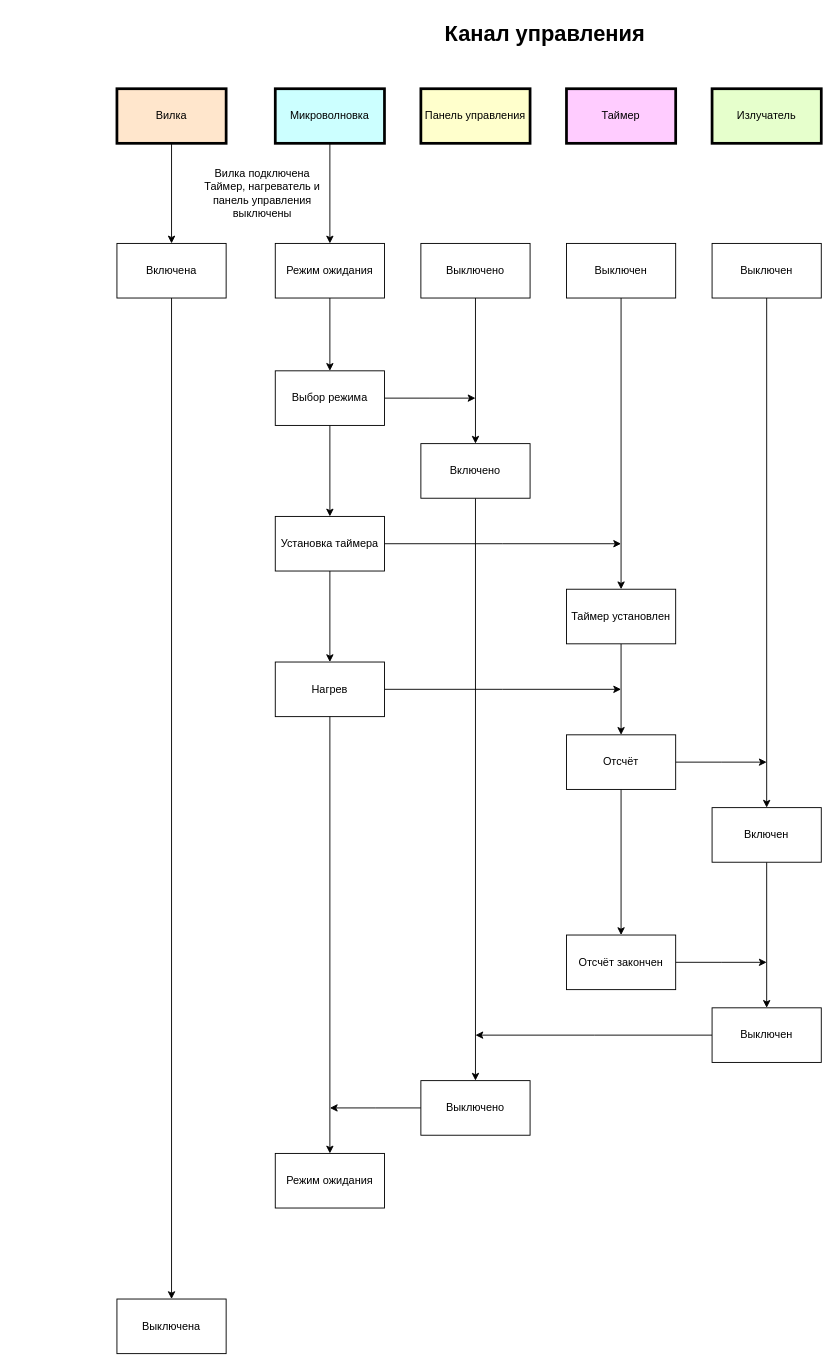
Above: page "Канал управления" (4 of 5) of lab_05/i_want_sleep.drawio in Tulenenok/BMSTU_OOP (draw.io), before the change. Source tidied: cells renumbered, new cells numbered last; positions are measured from the earlier drawing's top-left corner, leaving out a move shared by most shapes. Both pictures are drawn from the tidied source at 91%, with x=0, y=0 at pixel (116, 15).
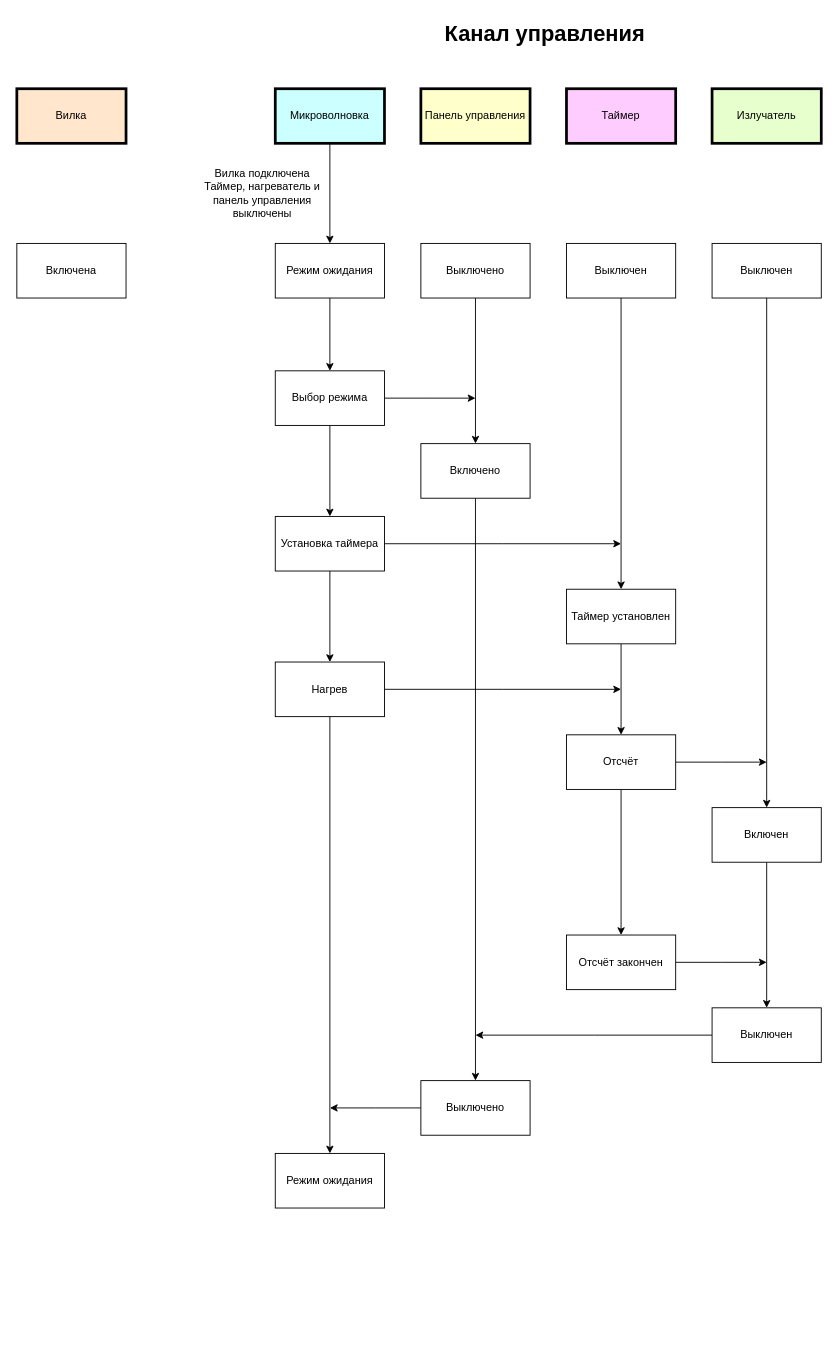
The same page after the edit.

What changed in the source:
```diff
@@
-    <mxCell id="42" style="edgeStyle=orthogonalEdgeStyle;rounded=0;jettySize=auto;html=1;exitX=0.5;exitY=1;exitDx=0;exitDy=0;entryX=0.5;entryY=0;entryDx=0;entryDy=0;" parent="1" edge="1" source="43" target="45">
-      <mxGeometry relative="1" as="geometry" />
-    </mxCell>
     <mxCell id="43" value="Вилка" style="rounded=0;whiteSpace=wrap;html=1;strokeWidth=3;fillColor=#FFE6CC;" parent="1" vertex="1">
-      <mxGeometry y="80" width="120" height="60" as="geometry" />
+      <mxGeometry x="-110" y="80" width="120" height="60" as="geometry" />
     </mxCell>
-    <mxCell id="44" style="edgeStyle=orthogonalEdgeStyle;rounded=0;jettySize=auto;html=1;exitX=0.5;exitY=1;exitDx=0;exitDy=0;" parent="1" edge="1" source="45" target="46">
-      <mxGeometry relative="1" as="geometry" />
-    </mxCell>
     <mxCell id="45" value="Включена" style="rounded=0;whiteSpace=wrap;html=1;strokeWidth=1;" parent="1" vertex="1">
-      <mxGeometry y="250" width="120" height="60" as="geometry" />
+      <mxGeometry x="-110" y="250" width="120" height="60" as="geometry" />
     </mxCell>
-    <mxCell id="46" value="Выключена" style="rounded=0;whiteSpace=wrap;html=1;strokeWidth=1;" parent="1" vertex="1">
-      <mxGeometry y="1410" width="120" height="60" as="geometry" />
-    </mxCell>
```
